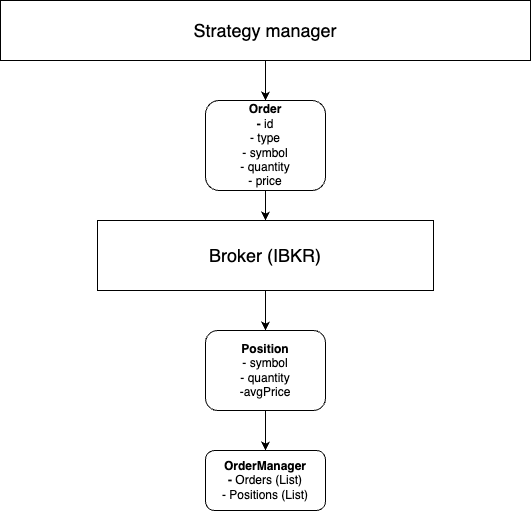
Jamesfryer1998/C-AlgoTrader keeps this draw.io diagram as doc/oms.drawio.png. Above is the earlier version. Source tidied: cells renumbered, new cells last; positions are measured from the earlier drawing's top-left corner, leaving out a move shared by most shapes.
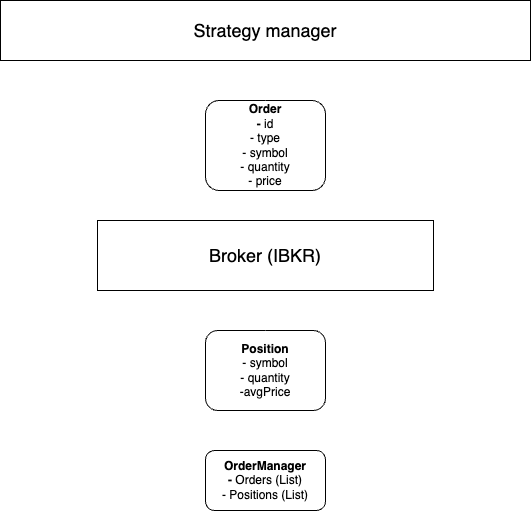
Above is the later version.

Diff of the diagram source:
```diff
@@ -2,13 +2,13 @@
   <root>
     <mxCell id="0" />
     <mxCell id="1" parent="0" />
-    <mxCell id="2" style="edgeStyle=none;html=1;fontSize=18;" parent="1" edge="1" source="3" target="10">
+    <mxCell id="2" style="edgeStyle=none;html=1;fontSize=18;strokeColor=#FFFFFF;" parent="1" edge="1" source="3" target="10">
       <mxGeometry relative="1" as="geometry" />
     </mxCell>
     <mxCell id="3" value="&lt;div style=&quot;&quot;&gt;&lt;b style=&quot;background-color: initial;&quot;&gt;Order&lt;/b&gt;&lt;/div&gt;&lt;b&gt;&lt;div style=&quot;&quot;&gt;&lt;b style=&quot;background-color: initial;&quot;&gt;- &lt;/b&gt;&lt;span style=&quot;background-color: initial; font-weight: normal;&quot;&gt;id&lt;/span&gt;&lt;/div&gt;&lt;/b&gt;&lt;div style=&quot;&quot;&gt;&lt;span style=&quot;background-color: initial;&quot;&gt;- type&lt;/span&gt;&lt;/div&gt;&lt;div style=&quot;&quot;&gt;&lt;span style=&quot;background-color: initial;&quot;&gt;- symbol&lt;/span&gt;&lt;/div&gt;- quantity&lt;br&gt;- price" style="rounded=1;whiteSpace=wrap;html=1;align=center;" parent="1" vertex="1">
       <mxGeometry x="205" y="100" width="120" height="90" as="geometry" />
     </mxCell>
-    <mxCell id="4" style="edgeStyle=none;html=1;fontSize=18;" parent="1" edge="1" source="5" target="6">
+    <mxCell id="4" style="edgeStyle=none;html=1;fontSize=18;strokeColor=#FFFFFF;" parent="1" edge="1" source="5" target="6">
       <mxGeometry relative="1" as="geometry" />
     </mxCell>
     <mxCell id="5" value="&lt;b&gt;Position&lt;/b&gt;&lt;br&gt;- symbol&lt;br&gt;- quantity&lt;br&gt;-avgPrice" style="rounded=1;whiteSpace=wrap;html=1;" parent="1" vertex="1">
@@ -17,13 +17,13 @@
     <mxCell id="6" value="&lt;b&gt;OrderManager&lt;br&gt;-&lt;/b&gt;&amp;nbsp;Orders (List)&lt;br&gt;- Positions (List)" style="rounded=1;whiteSpace=wrap;html=1;" parent="1" vertex="1">
       <mxGeometry x="205" y="450" width="120" height="60" as="geometry" />
     </mxCell>
-    <mxCell id="7" style="edgeStyle=none;html=1;fontSize=18;" parent="1" edge="1" source="8" target="3">
+    <mxCell id="7" style="edgeStyle=none;html=1;fontSize=18;strokeColor=#FFFFFF;" parent="1" edge="1" source="8" target="3">
       <mxGeometry relative="1" as="geometry" />
     </mxCell>
     <mxCell id="8" value="&lt;font style=&quot;font-size: 18px;&quot;&gt;Strategy manager&lt;/font&gt;" style="rounded=0;whiteSpace=wrap;html=1;" parent="1" vertex="1">
       <mxGeometry width="530" height="60" as="geometry" />
     </mxCell>
-    <mxCell id="9" style="edgeStyle=none;html=1;fontSize=18;" parent="1" edge="1" source="10" target="5">
+    <mxCell id="9" style="edgeStyle=none;html=1;fontSize=18;strokeColor=#FFFFFF;" parent="1" edge="1" source="10" target="5">
       <mxGeometry relative="1" as="geometry" />
     </mxCell>
     <mxCell id="10" value="Broker (IBKR)" style="rounded=0;whiteSpace=wrap;html=1;fontSize=18;" parent="1" vertex="1">
```
